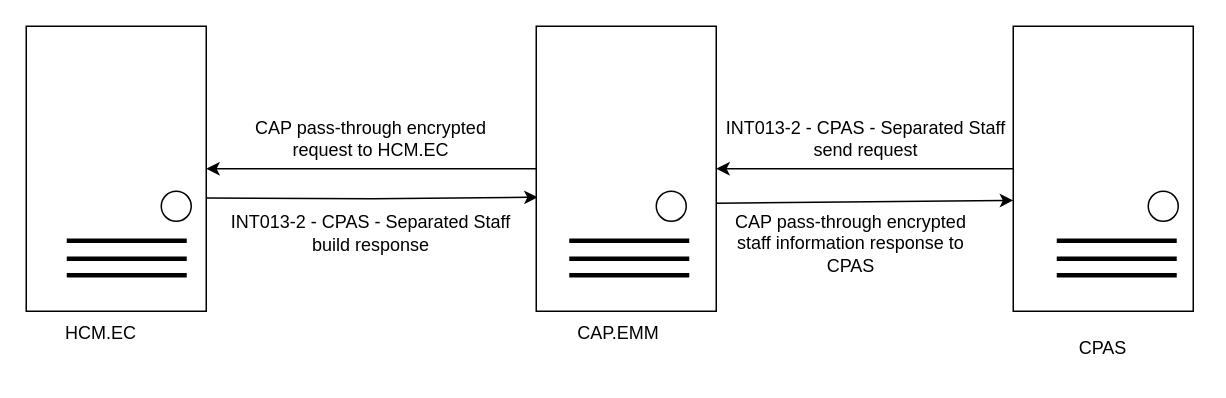
This is page "CPAS" (4 of 10) of Untitled Diagram.drawio from wsxad234/flowchart, a draw.io file, before an edit. Source tidied: cells renumbered, new cells numbered last; positions are measured from the earlier drawing's top-left corner, leaving out a move shared by most shapes. Both pictures are drawn from the tidied source at 150%, with x=0, y=0 at pixel (26, 26).
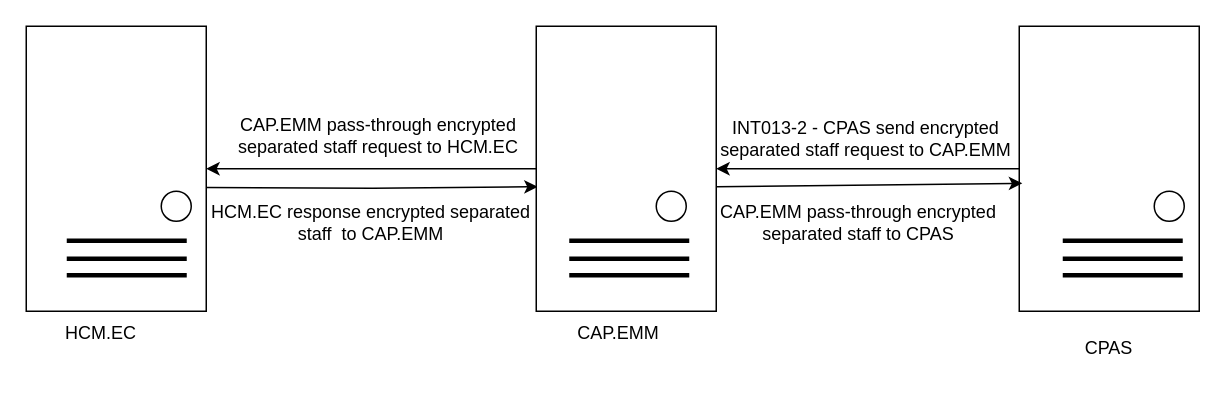
Above is the later version.

The edit, as a diff of the source:
```diff
@@
     <mxCell id="2" style="edgeStyle=orthogonalEdgeStyle;rounded=0;orthogonalLoop=1;jettySize=auto;html=1;exitX=1;exitY=0.25;exitDx=0;exitDy=0;entryX=0.008;entryY=0.6;entryDx=0;entryDy=0;entryPerimeter=0;" parent="1" edge="1">
       <mxGeometry relative="1" as="geometry">
-        <mxPoint x="120" y="114.5" as="sourcePoint" />
-        <mxPoint x="341" y="114" as="targetPoint" />
+        <mxPoint x="120" y="107.5" as="sourcePoint" />
+        <mxPoint x="341" y="107" as="targetPoint" />
       </mxGeometry>
     </mxCell>
@@
     <mxCell id="17" style="rounded=0;whiteSpace=wrap;html=1;" parent="1" vertex="1">
-      <mxGeometry x="658" width="120" height="190" as="geometry" />
+      <mxGeometry x="662" width="120" height="190" as="geometry" />
     </mxCell>
     <mxCell id="18" style="ellipse;whiteSpace=wrap;html=1;direction=south;" parent="1" vertex="1">
-      <mxGeometry x="748" y="110" width="20" height="20" as="geometry" />
+      <mxGeometry x="752" y="110" width="20" height="20" as="geometry" />
     </mxCell>
     <mxCell id="19" value="CPAS" style="text;html=1;strokeColor=none;fillColor=none;align=center;verticalAlign=middle;whiteSpace=wrap;rounded=0;" parent="1" vertex="1">
-      <mxGeometry x="688" y="200" width="60" height="30" as="geometry" />
+      <mxGeometry x="692" y="200" width="60" height="30" as="geometry" />
     </mxCell>
     <mxCell id="20" style="endArrow=none;html=1;rounded=0;align=center;strokeWidth=3;" parent="1" edge="1">
       <mxGeometry relative="1" as="geometry">
-        <mxPoint x="687" y="143" as="sourcePoint" />
-        <mxPoint x="767" y="143" as="targetPoint" />
+        <mxPoint x="691" y="143" as="sourcePoint" />
+        <mxPoint x="771" y="143" as="targetPoint" />
       </mxGeometry>
     </mxCell>
     <mxCell id="21" style="endArrow=none;html=1;rounded=0;align=center;strokeWidth=3;" parent="1" edge="1">
       <mxGeometry relative="1" as="geometry">
-        <mxPoint x="687" y="155" as="sourcePoint" />
-        <mxPoint x="767" y="155" as="targetPoint" />
+        <mxPoint x="691" y="155" as="sourcePoint" />
+        <mxPoint x="771" y="155" as="targetPoint" />
       </mxGeometry>
     </mxCell>
     <mxCell id="22" style="endArrow=none;html=1;rounded=0;align=center;strokeWidth=3;" parent="1" edge="1">
       <mxGeometry relative="1" as="geometry">
-        <mxPoint x="687" y="166" as="sourcePoint" />
-        <mxPoint x="767" y="166" as="targetPoint" />
+        <mxPoint x="691" y="166" as="sourcePoint" />
+        <mxPoint x="771" y="166" as="targetPoint" />
       </mxGeometry>
     </mxCell>
-    <mxCell id="23" value="INT013-2 - CPAS - Separated Staff&lt;br&gt;build response" style="text;html=1;strokeColor=none;fillColor=none;align=center;verticalAlign=middle;whiteSpace=wrap;rounded=0;" parent="1" vertex="1">
-      <mxGeometry x="110" y="123" width="240" height="30" as="geometry" />
+    <mxCell id="23" value="HCM.EC response encrypted separated staff&amp;nbsp;&amp;nbsp;to CAP.EMM" style="text;html=1;strokeColor=none;fillColor=none;align=center;verticalAlign=middle;whiteSpace=wrap;rounded=0;" parent="1" vertex="1">
+      <mxGeometry x="110" y="116" width="240" height="30" as="geometry" />
     </mxCell>
-    <mxCell id="24" value="CAP pass-through encrypted staff information response to CPAS" style="text;html=1;strokeColor=none;fillColor=none;align=center;verticalAlign=middle;whiteSpace=wrap;rounded=0;" parent="1" vertex="1">
-      <mxGeometry x="460" y="130" width="180" height="30" as="geometry" />
+    <mxCell id="24" value="CAP.EMM pass-through encrypted separated staff&amp;nbsp;to CPAS" style="text;html=1;strokeColor=none;fillColor=none;align=center;verticalAlign=middle;whiteSpace=wrap;rounded=0;" parent="1" vertex="1">
+      <mxGeometry x="460" y="116" width="190" height="30" as="geometry" />
     </mxCell>
-    <mxCell id="25" value="CAP pass-through encrypted request to HCM.EC" style="text;html=1;strokeColor=none;fillColor=none;align=center;verticalAlign=middle;whiteSpace=wrap;rounded=0;" parent="1" vertex="1">
-      <mxGeometry x="140" y="60" width="180" height="30" as="geometry" />
+    <mxCell id="25" value="CAP.EMM pass-through encrypted separated staff request to HCM.EC" style="text;html=1;strokeColor=none;fillColor=none;align=center;verticalAlign=middle;whiteSpace=wrap;rounded=0;" parent="1" vertex="1">
+      <mxGeometry x="140" y="58" width="190" height="30" as="geometry" />
     </mxCell>
-    <mxCell id="26" value="INT013-2 - CPAS - Separated Staff&lt;br&gt;send request" style="text;html=1;strokeColor=none;fillColor=none;align=center;verticalAlign=middle;whiteSpace=wrap;rounded=0;" parent="1" vertex="1">
+    <mxCell id="26" value="INT013-2 -&amp;nbsp;CPAS send encrypted &lt;br&gt;separated staff request to CAP.EMM" style="text;html=1;strokeColor=none;fillColor=none;align=center;verticalAlign=middle;whiteSpace=wrap;rounded=0;" parent="1" vertex="1">
       <mxGeometry x="440" y="60" width="240" height="30" as="geometry" />
     </mxCell>
-    <mxCell id="27" style="endArrow=classic;html=1;rounded=0;entryX=-0.017;entryY=0.611;entryDx=0;entryDy=0;entryPerimeter=0;exitX=0.983;exitY=0.621;exitDx=0;exitDy=0;exitPerimeter=0;" parent="1" edge="1">
+    <mxCell id="27" style="endArrow=classic;html=1;rounded=0;entryX=0.017;entryY=0.551;entryDx=0;entryDy=0;entryPerimeter=0;exitX=0.983;exitY=0.621;exitDx=0;exitDy=0;exitPerimeter=0;" parent="1" edge="1" target="17">
       <mxGeometry relative="1" as="geometry">
-        <mxPoint x="460" y="118" as="sourcePoint" />
-        <mxPoint x="658" y="116.1" as="targetPoint" />
+        <mxPoint x="460" y="107" as="sourcePoint" />
       </mxGeometry>
     </mxCell>
```
